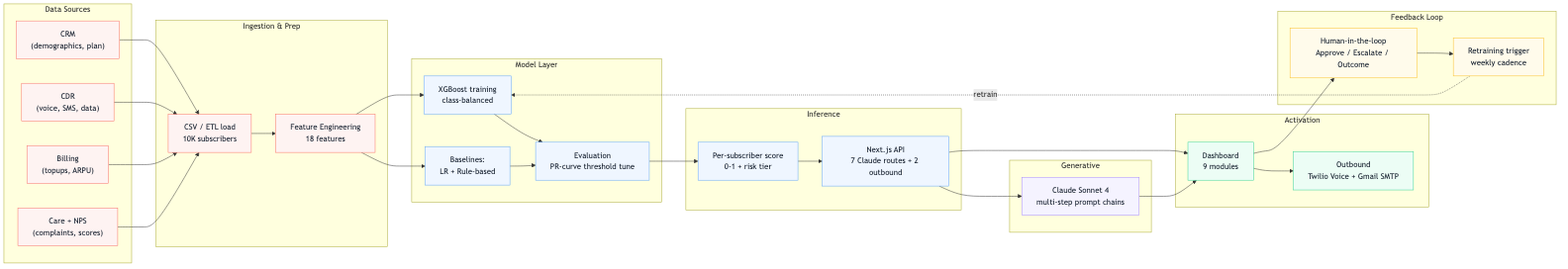
Above: docs/diagrams/ai_factory.png in mn3265-commits/telcopulse-ai (Mermaid), before the change. Its source is kept beside it as docs/diagrams/ai_factory.mmd.
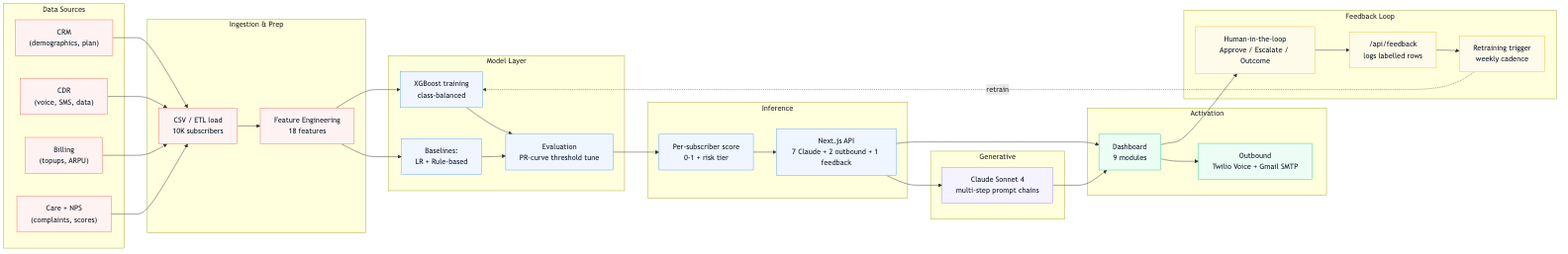
The same file after the commit.

Commit message:
Add Save-feedback button + /api/feedback to close the retraining loop

What changed in the source:
```diff
@@ -19,7 +19,7 @@
 
     subgraph S4["Inference"]
         SC["Per-subscriber score<br/>0-1 + risk tier"]
-        API["Next.js API<br/>7 Claude routes + 2 outbound"]
+        API["Next.js API<br/>7 Claude + 2 outbound + 1 feedback"]
     end
 
     subgraph S5["Generative"]
@@ -33,6 +33,7 @@
 
     subgraph S7["Feedback Loop"]
         HITL["Human-in-the-loop<br/>Approve / Escalate / Outcome"]
+        FB["/api/feedback<br/>logs labelled rows"]
         RT["Retraining trigger<br/>weekly cadence"]
     end
 
@@ -52,7 +53,8 @@
     CL --> UI
     UI --> OUT
     UI --> HITL
-    HITL --> RT
+    HITL --> FB
+    FB --> RT
     RT -.->|retrain| TR
 
     classDef data fill:#FEF3F2,stroke:#F97066,stroke-width:1px,color:#1F2937
@@ -65,4 +67,4 @@
     class TR,BL,EV,SC,API compute
     class CL gen
     class UI,OUT out
-    class HITL,RT fb
+    class HITL,FB,RT fb
```
